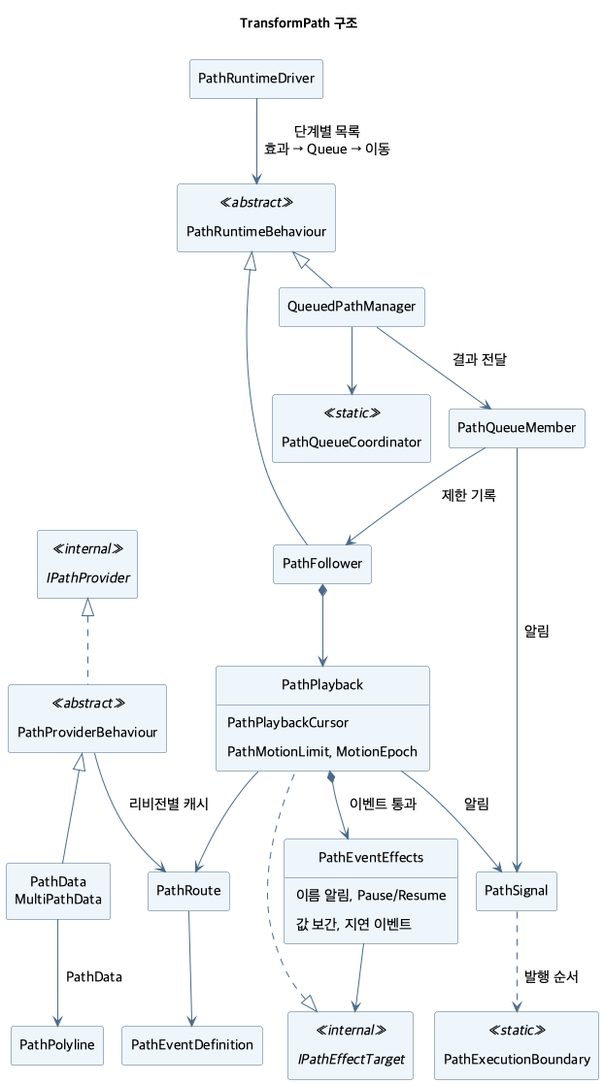
This is ToyProject/Assets/_TransformPath/Docs/Images/transformpath-structure.png from youwonsock/tool-unity-editor, a PlantUML export, as it was before one commit.
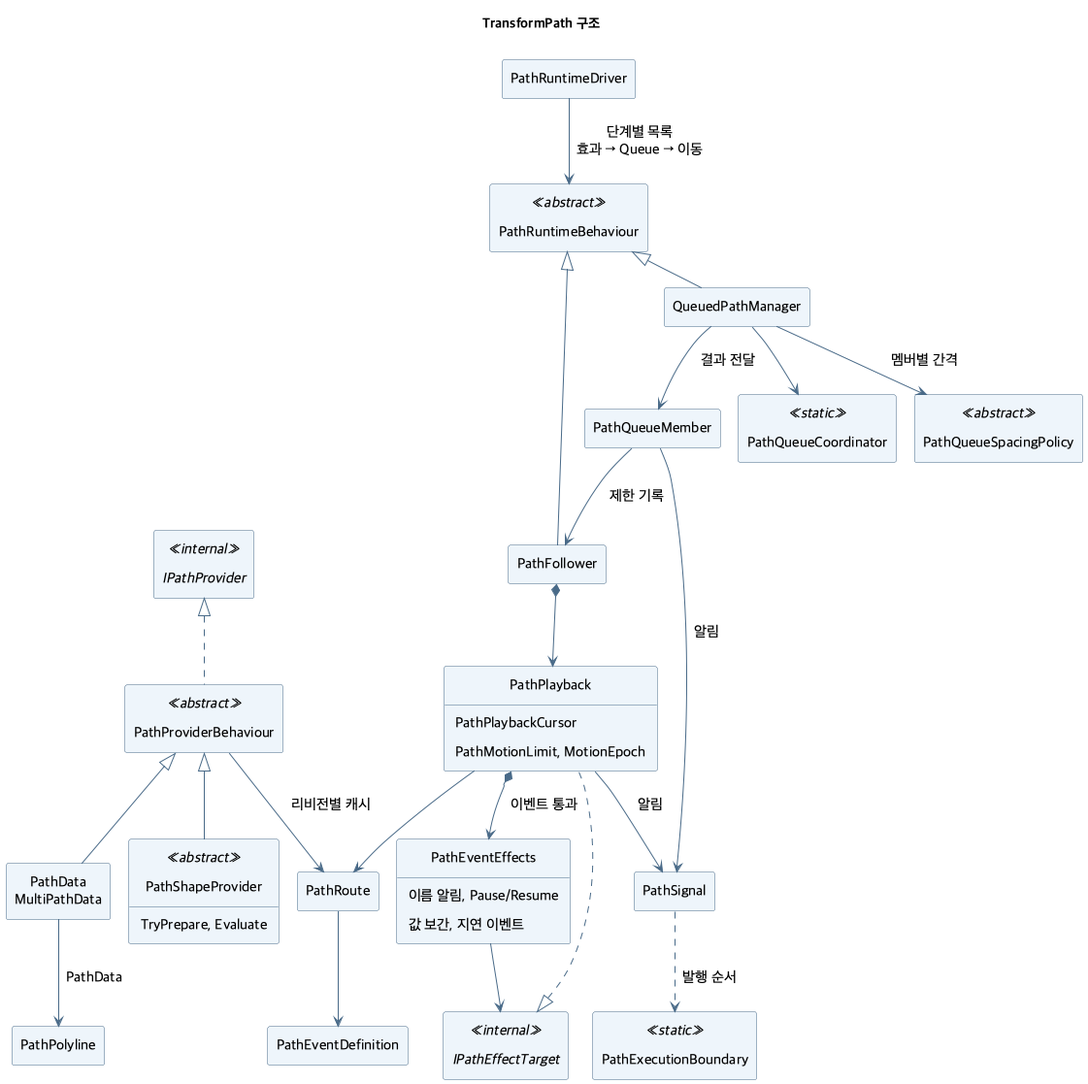
Later version of the same file.

Commit message:
TransformPath 문서의 반환값 규칙, 예시 로그, 확장 지점, 구조도를 실제에 맞춤

What changed in the source:
```diff
@@ -14,6 +14,9 @@
 interface IPathProvider <<internal>>
 class PathProviderBehaviour <<abstract>>
 class "PathData\nMultiPathData" as Providers
+class PathShapeProvider <<abstract>> {
+  TryPrepare, Evaluate
+}
 class PathPolyline
 class PathRoute
 class PathRuntimeDriver
@@ -33,10 +36,12 @@
 class QueuedPathManager
 class PathQueueMember
 class PathQueueCoordinator <<static>>
+class PathQueueSpacingPolicy <<abstract>>
 class PathExecutionBoundary <<static>>
 
 PathProviderBehaviour .up.|> IPathProvider
 Providers -up-|> PathProviderBehaviour
+PathShapeProvider -up-|> PathProviderBehaviour
 Providers --> PathPolyline : PathData
 PathProviderBehaviour --> PathRoute : 리비전별 캐시
 PathRoute --> PathEventDefinition
@@ -50,6 +55,7 @@
 PathQueueMember --> PathFollower : 제한 기록
 QueuedPathManager --> PathQueueMember : 결과 전달
 QueuedPathManager --> PathQueueCoordinator
+QueuedPathManager --> PathQueueSpacingPolicy : 멤버별 간격
 PathRuntimeDriver --> PathRuntimeBehaviour : 단계별 목록\n효과 → Queue → 이동
 PathPlayback --> PathSignal : 알림
 PathQueueMember --> PathSignal : 알림
```
